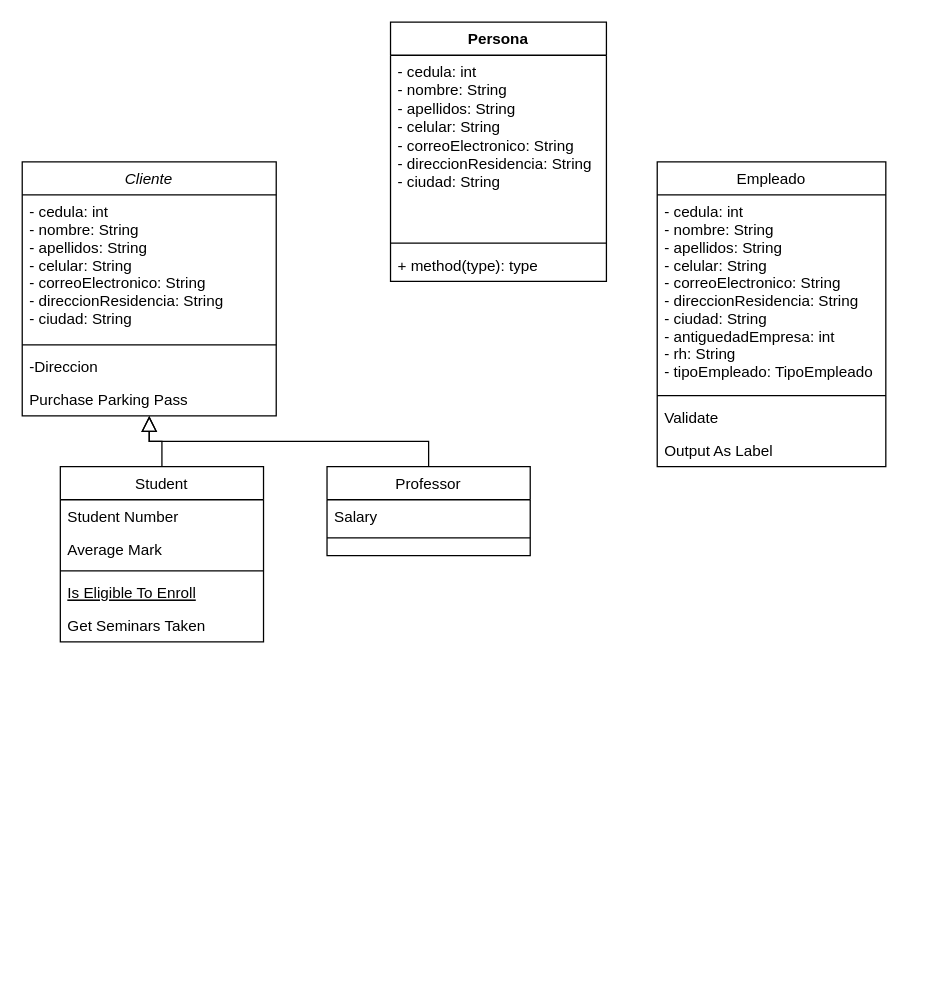
The draw.io diagram Diagrama sin título.drawio in Mafesita23/Mensajeria, before the edit. Source tidied: cells renumbered, new cells numbered last; positions are measured from the earlier drawing's top-left corner, leaving out a move shared by most shapes. Both pictures are drawn from the tidied source at 127%, with x=0, y=0 at pixel (22, 22).
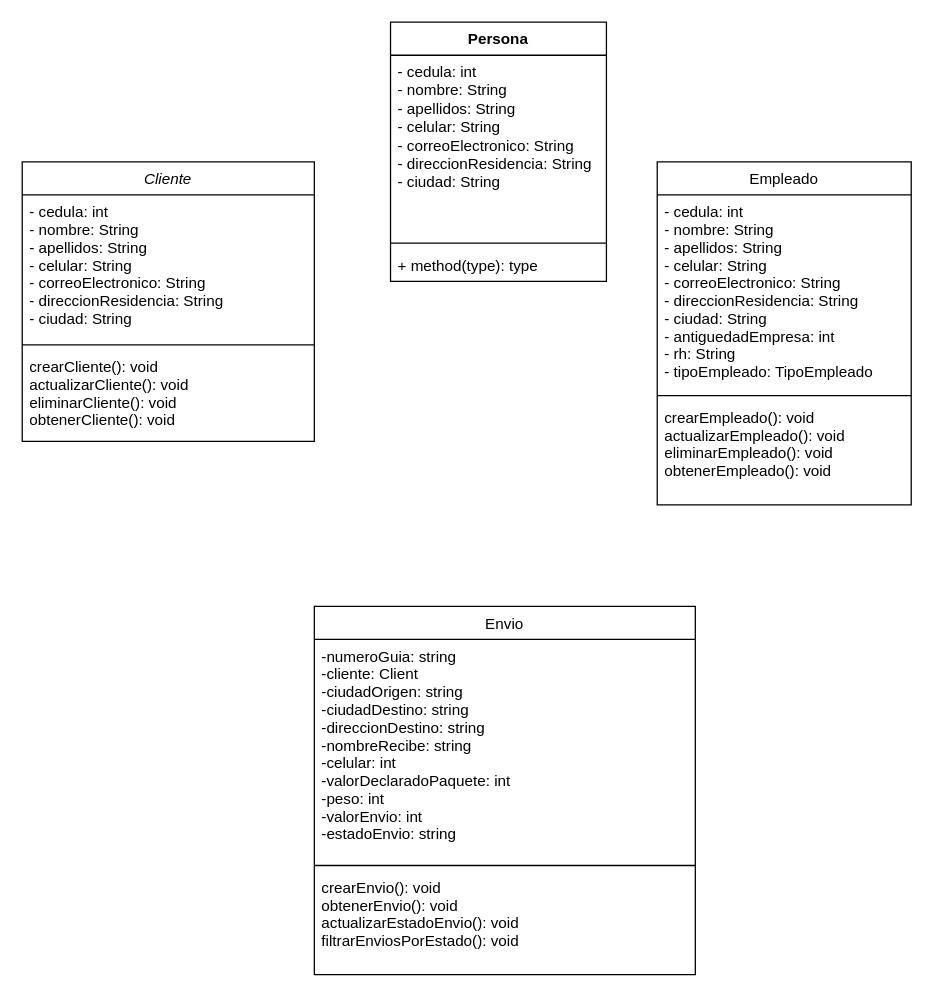
Above is the later version.

What changed in the source:
```diff
@@
     <mxCell id="2" value="Cliente" style="swimlane;fontStyle=2;align=center;verticalAlign=top;horizontal=1;startSize=26;rounded=0;shadow=0;strokeWidth=1;" parent="1" vertex="1">
-      <mxGeometry y="110" width="200" height="200" as="geometry" />
+      <mxGeometry y="110" width="230" height="220" as="geometry" />
     </mxCell>
     <mxCell id="3" value="- cedula: int   &#10;- nombre: String&#10;- apellidos: String &#10;- celular: String&#10;- correoElectronico: String &#10;- direccionResidencia: String &#10;- ciudad: String " style="text;align=left;verticalAlign=top;spacingLeft=4;spacingRight=4;overflow=hidden;" parent="2" vertex="1">
-      <mxGeometry y="26" width="200" height="114" as="geometry" />
+      <mxGeometry y="26" width="230" height="114" as="geometry" />
     </mxCell>
     <mxCell id="4" style="line;html=1;strokeWidth=1;align=left;verticalAlign=middle;spacingTop=-1;spacingLeft=3;spacingRight=3;labelPosition=right;" parent="2" vertex="1">
-      <mxGeometry y="140" width="200" height="8" as="geometry" />
+      <mxGeometry y="140" width="230" height="8" as="geometry" />
     </mxCell>
-    <mxCell id="5" value="-Direccion&#10;" style="text;align=left;verticalAlign=top;spacingLeft=4;spacingRight=4;overflow=hidden;" parent="2" vertex="1">
-      <mxGeometry y="148" width="200" height="26" as="geometry" />
+    <mxCell id="5" value="crearCliente(): void&#10;actualizarCliente(): void&#10;eliminarCliente(): void&#10;obtenerCliente(): void" style="text;align=left;verticalAlign=top;spacingLeft=4;spacingRight=4;overflow=hidden;" parent="2" vertex="1">
+      <mxGeometry y="148" width="230" height="72" as="geometry" />
     </mxCell>
-    <mxCell id="6" value="Purchase Parking Pass" style="text;align=left;verticalAlign=top;spacingLeft=4;spacingRight=4;overflow=hidden;" parent="2" vertex="1">
-      <mxGeometry y="174" width="200" height="26" as="geometry" />
-    </mxCell>
-    <mxCell id="7" value="Student" style="swimlane;fontStyle=0;align=center;verticalAlign=top;horizontal=1;startSize=26;rounded=0;shadow=0;strokeWidth=1;" parent="1" vertex="1">
-      <mxGeometry x="30" y="350" width="160" height="138" as="geometry" />
+    <mxCell id="7" value="Envio" style="swimlane;fontStyle=0;align=center;verticalAlign=top;horizontal=1;startSize=26;rounded=0;shadow=0;strokeWidth=1;" parent="1" vertex="1">
+      <mxGeometry x="230" y="460" width="300" height="290" as="geometry" />
     </mxCell>
-    <mxCell id="8" value="Student Number" style="text;align=left;verticalAlign=top;spacingLeft=4;spacingRight=4;overflow=hidden;" parent="7" vertex="1">
-      <mxGeometry y="26" width="160" height="26" as="geometry" />
+    <mxCell id="8" value="-numeroGuia: string&#10;-cliente: Client&#10;-ciudadOrigen: string&#10;-ciudadDestino: string&#10;-direccionDestino: string&#10;-nombreRecibe: string&#10;-celular: int&#10;-valorDeclaradoPaquete: int&#10;-peso: int&#10;-valorEnvio: int&#10;-estadoEnvio: string" style="text;align=left;verticalAlign=top;spacingLeft=4;spacingRight=4;overflow=hidden;" parent="7" vertex="1">
+      <mxGeometry y="26" width="300" height="174" as="geometry" />
     </mxCell>
-    <mxCell id="9" value="Average Mark" style="text;align=left;verticalAlign=top;spacingLeft=4;spacingRight=4;overflow=hidden;rounded=0;shadow=0;html=0;" parent="7" vertex="1">
-      <mxGeometry y="52" width="160" height="26" as="geometry" />
-    </mxCell>
     <mxCell id="10" style="line;html=1;strokeWidth=1;align=left;verticalAlign=middle;spacingTop=-1;spacingLeft=3;spacingRight=3;labelPosition=right;" parent="7" vertex="1">
-      <mxGeometry y="78" width="160" height="8" as="geometry" />
+      <mxGeometry y="200" width="300" height="8" as="geometry" />
     </mxCell>
-    <mxCell id="11" value="Is Eligible To Enroll" style="text;align=left;verticalAlign=top;spacingLeft=4;spacingRight=4;overflow=hidden;fontStyle=4;" parent="7" vertex="1">
-      <mxGeometry y="86" width="160" height="26" as="geometry" />
+    <mxCell id="11" value="crearEnvio(): void&#10;obtenerEnvio(): void&#10;actualizarEstadoEnvio(): void&#10;filtrarEnviosPorEstado(): void" style="text;align=left;verticalAlign=top;spacingLeft=4;spacingRight=4;overflow=hidden;fontStyle=0;" parent="7" vertex="1">
+      <mxGeometry y="208" width="300" height="82" as="geometry" />
     </mxCell>
-    <mxCell id="12" value="Get Seminars Taken" style="text;align=left;verticalAlign=top;spacingLeft=4;spacingRight=4;overflow=hidden;" parent="7" vertex="1">
-      <mxGeometry y="112" width="160" height="26" as="geometry" />
-    </mxCell>
-    <mxCell id="13" style="endArrow=block;endSize=10;endFill=0;shadow=0;strokeWidth=1;rounded=0;edgeStyle=elbowEdgeStyle;elbow=vertical;" parent="1" edge="1" source="7" target="2">
-      <mxGeometry relative="1" as="geometry" />
-    </mxCell>
-    <mxCell id="14" value="Professor" style="swimlane;fontStyle=0;align=center;verticalAlign=top;horizontal=1;startSize=26;rounded=0;shadow=0;strokeWidth=1;" parent="1" vertex="1">
-      <mxGeometry x="240" y="350" width="160" height="70" as="geometry" />
-    </mxCell>
-    <mxCell id="15" value="Salary" style="text;align=left;verticalAlign=top;spacingLeft=4;spacingRight=4;overflow=hidden;" parent="14" vertex="1">
-      <mxGeometry y="26" width="160" height="26" as="geometry" />
-    </mxCell>
-    <mxCell id="16" style="line;html=1;strokeWidth=1;align=left;verticalAlign=middle;spacingTop=-1;spacingLeft=3;spacingRight=3;labelPosition=right;" parent="14" vertex="1">
-      <mxGeometry y="52" width="160" height="8" as="geometry" />
-    </mxCell>
-    <mxCell id="17" style="endArrow=block;endSize=10;endFill=0;shadow=0;strokeWidth=1;rounded=0;edgeStyle=elbowEdgeStyle;elbow=vertical;" parent="1" edge="1" source="14" target="2">
-      <mxGeometry relative="1" as="geometry" />
-    </mxCell>
     <mxCell id="18" value="Empleado" style="swimlane;fontStyle=0;align=center;verticalAlign=top;horizontal=1;startSize=26;rounded=0;shadow=0;strokeWidth=1;" parent="1" vertex="1">
-      <mxGeometry x="500" y="110" width="180" height="240" as="geometry" />
+      <mxGeometry x="500" y="110" width="200" height="270" as="geometry" />
     </mxCell>
     <mxCell id="19" value="- cedula: int   &#10;- nombre: String&#10;- apellidos: String &#10;- celular: String&#10;- correoElectronico: String &#10;- direccionResidencia: String &#10;- ciudad: String &#10;- antiguedadEmpresa: int &#10;- rh: String     &#10;- tipoEmpleado: TipoEmpleado " style="text;align=left;verticalAlign=top;spacingLeft=4;spacingRight=4;overflow=hidden;" parent="18" vertex="1">
-      <mxGeometry y="26" width="180" height="154" as="geometry" />
+      <mxGeometry y="26" width="200" height="154" as="geometry" />
     </mxCell>
     <mxCell id="20" style="line;html=1;strokeWidth=1;align=left;verticalAlign=middle;spacingTop=-1;spacingLeft=3;spacingRight=3;labelPosition=right;" parent="18" vertex="1">
-      <mxGeometry y="180" width="180" height="8" as="geometry" />
+      <mxGeometry y="180" width="200" height="8" as="geometry" />
     </mxCell>
-    <mxCell id="21" value="Validate" style="text;align=left;verticalAlign=top;spacingLeft=4;spacingRight=4;overflow=hidden;" parent="18" vertex="1">
-      <mxGeometry y="188" width="180" height="26" as="geometry" />
+    <mxCell id="21" value="crearEmpleado(): void&#10;actualizarEmpleado(): void&#10;eliminarEmpleado(): void&#10;obtenerEmpleado(): void" style="text;align=left;verticalAlign=top;spacingLeft=4;spacingRight=4;overflow=hidden;" parent="18" vertex="1">
+      <mxGeometry y="188" width="200" height="72" as="geometry" />
     </mxCell>
-    <mxCell id="22" value="Output As Label" style="text;align=left;verticalAlign=top;spacingLeft=4;spacingRight=4;overflow=hidden;" parent="18" vertex="1">
-      <mxGeometry y="214" width="180" height="26" as="geometry" />
-    </mxCell>
```
